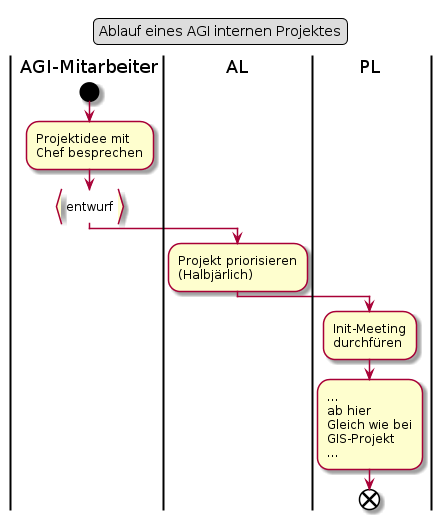
The PlantUML diagram puml_output/flow_agiprojekt.png in ojeker/docktick, before a commit.
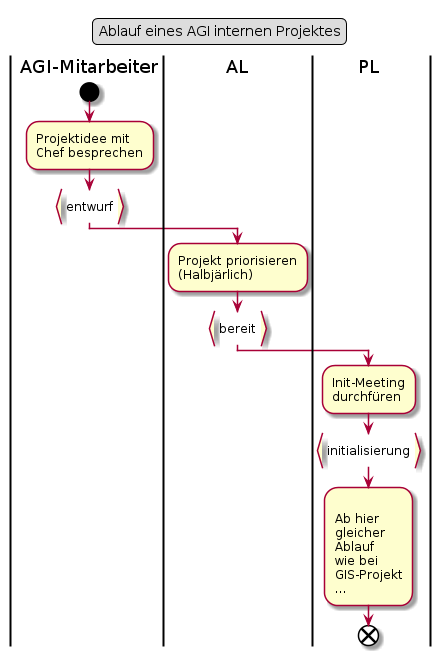
The same diagram one commit later.

What changed in the source:
```diff
@@ -10,12 +10,16 @@
 |AL|
 :Projekt priorisieren
 (Halbjärlich);
+:bereit}
 |PL|
 :Init-Meeting
 durchfüren;
-:...
-ab hier
-Gleich wie bei
+:initialisierung}
+:
+Ab hier
+gleicher
+Ablauf
+wie bei
 GIS-Projekt
 ...;
 end
```
